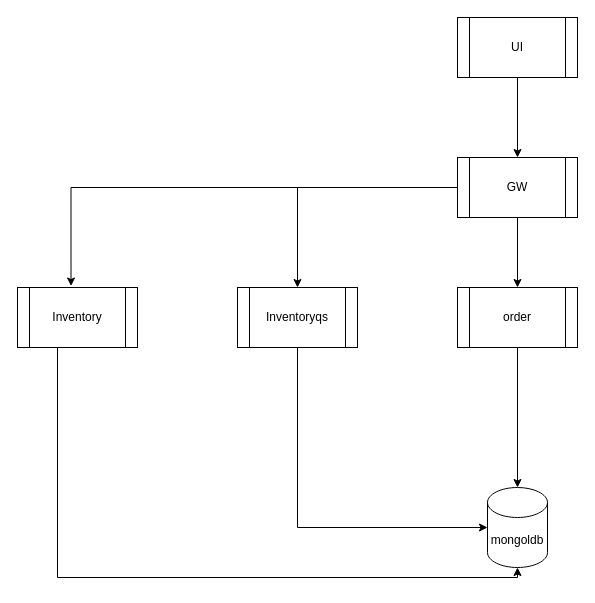
This is sales-app.drawio from roman009/reactive-tests, a draw.io file, before an edit. Source tidied: cells renumbered, new cells numbered last; positions are measured from the earlier drawing's top-left corner, leaving out a move shared by most shapes. Both pictures are drawn from the tidied source at 100%, with x=0, y=0 at pixel (17, 17).
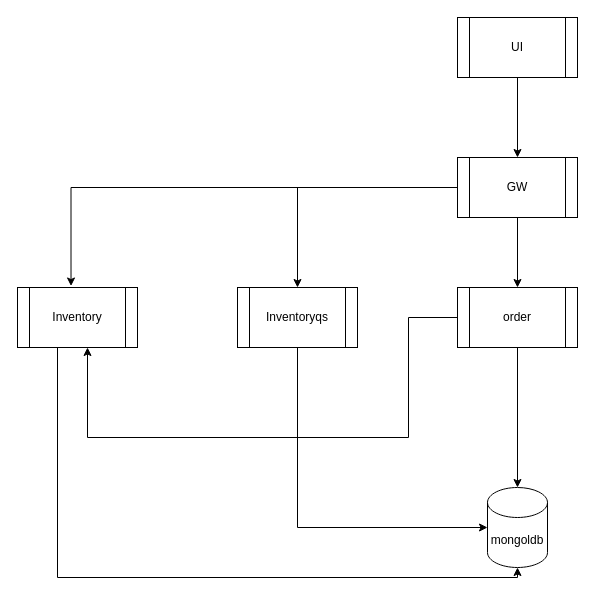
The same diagram, later.

Unchanged cells that the change refers to:
```xml
<mxCell id="9" value="Inventory" style="shape=process;whiteSpace=wrap;html=1;backgroundOutline=1;" parent="1" vertex="1">
  <mxGeometry y="270" width="120" height="60" as="geometry" />
</mxCell>
<mxCell id="14" value="order" style="shape=process;whiteSpace=wrap;html=1;backgroundOutline=1;" parent="1" vertex="1">
  <mxGeometry x="440" y="270" width="120" height="60" as="geometry" />
</mxCell>
```

The edit, as a diff of the source:
```diff
@@
+    <mxCell id="15" style="edgeStyle=orthogonalEdgeStyle;rounded=0;jettySize=auto;html=1;" parent="1" edge="1" source="14" target="9">
+      <mxGeometry relative="1" as="geometry">
+        <Array as="points">
+          <mxPoint x="391" y="300" />
+          <mxPoint x="391" y="420" />
+          <mxPoint x="70" y="420" />
+        </Array>
+      </mxGeometry>
+    </mxCell>
```
